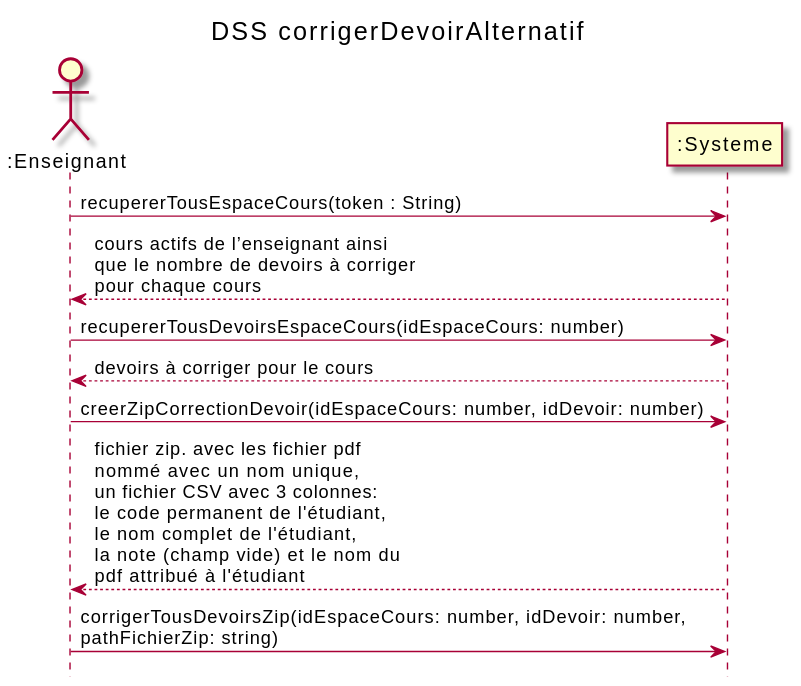
Above: out/docs/CorrigerDevoir/DSS_corrigerDevoir/dss_corrigerDevoirAlternatif.svg in nerdz88/SGA-TS (PlantUML), before the change.
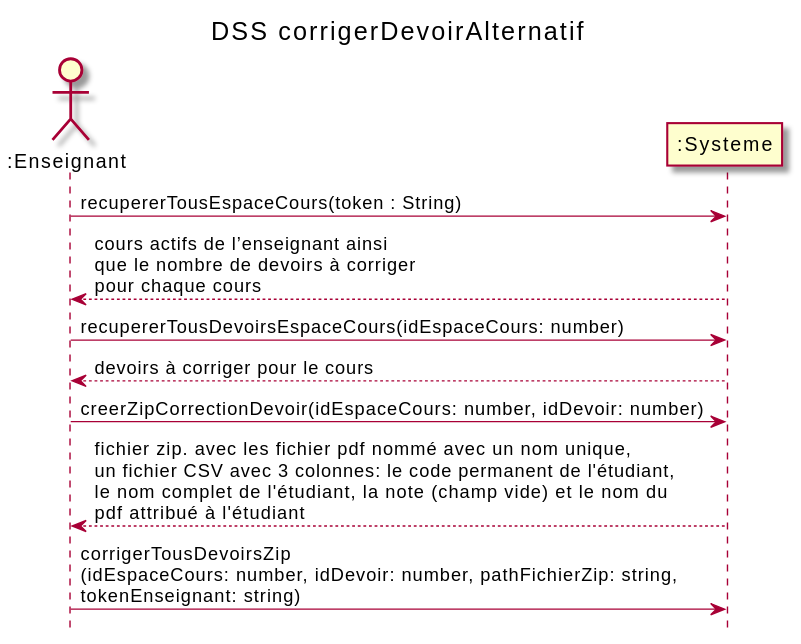
The same file after the commit.

Change to the diagram source:
```diff
@@ -9,6 +9,6 @@
 enseignant -> systeme : recupererTousDevoirsEspaceCours(idEspaceCours: number)
 systeme --> enseignant : devoirs à corriger pour le cours
 enseignant -> systeme : creerZipCorrectionDevoir(idEspaceCours: number, idDevoir: number)
-systeme --> enseignant : fichier zip. avec les fichier pdf\nnommé avec un nom unique,\nun fichier CSV avec 3 colonnes:\nle code permanent de l'étudiant,\nle nom complet de l'étudiant,\nla note (champ vide) et le nom du\npdf attribué à l'étudiant
-enseignant -> systeme : corrigerTousDevoirsZip(idEspaceCours: number, idDevoir: number,\npathFichierZip: string)
+systeme --> enseignant : fichier zip. avec les fichier pdf nommé avec un nom unique,\nun fichier CSV avec 3 colonnes: le code permanent de l'étudiant,\nle nom complet de l'étudiant, la note (champ vide) et le nom du\npdf attribué à l'étudiant
+enseignant -> systeme : corrigerTousDevoirsZip\n(idEspaceCours: number, idDevoir: number, pathFichierZip: string,\ntokenEnseignant: string)
 @enduml
```
